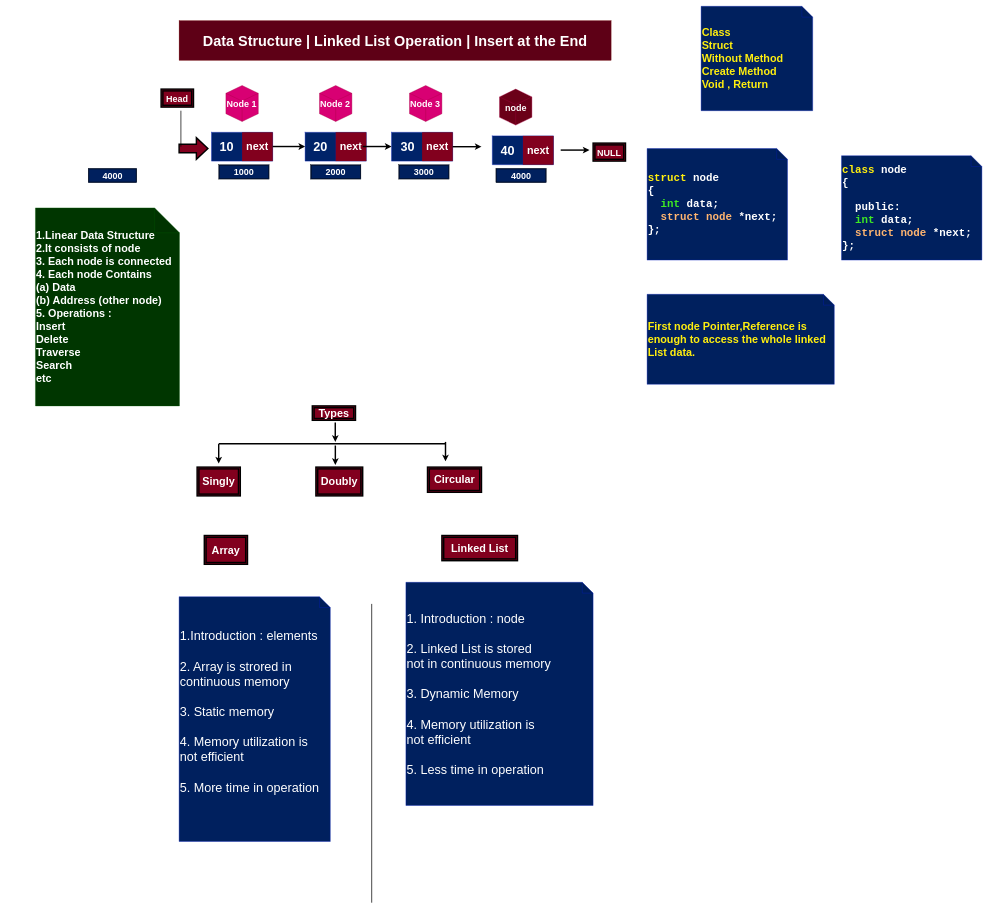
Above: Data Structure/Notes/27. Linked List Insert at the end.drawio in sanjeetCoder/notes (draw.io), before the change. Source tidied: cells renumbered, new cells numbered last; positions are measured from the earlier drawing's top-left corner, leaving out a move shared by most shapes. Both pictures are drawn from the tidied source at 36%, with x=0, y=0 at pixel (35, 6).
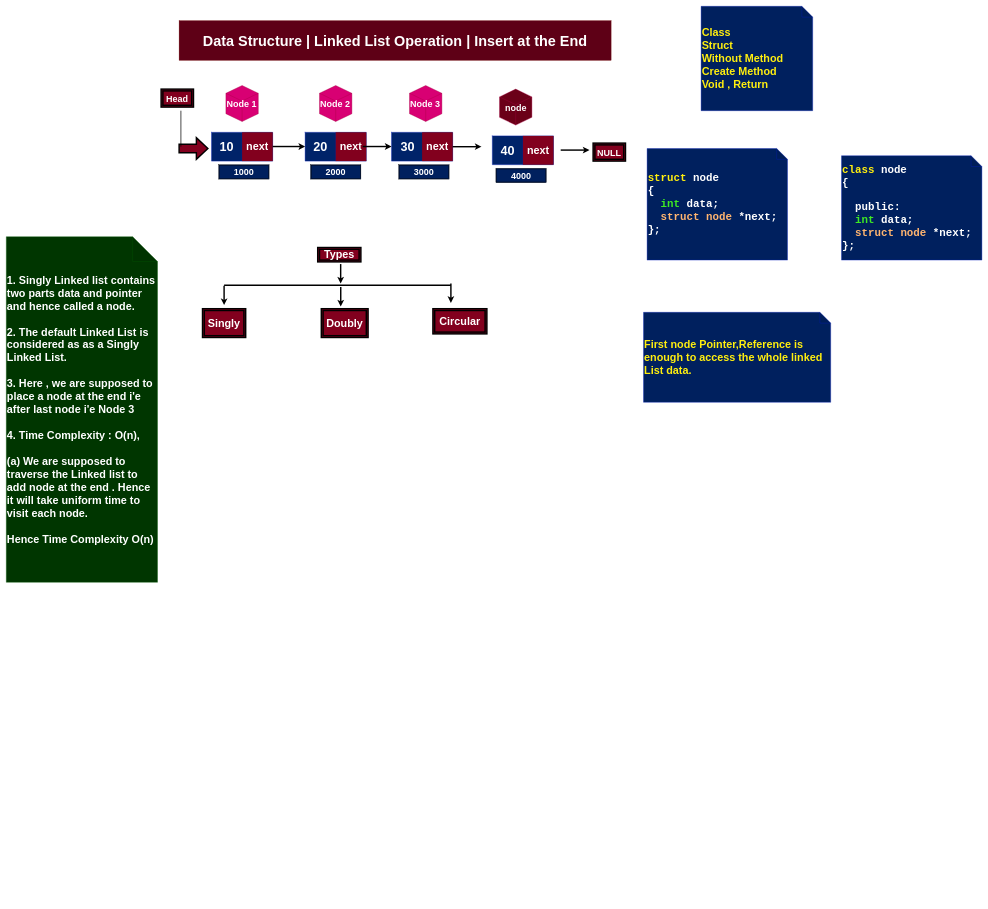
After the change.

Commit message (it also covers changes not shown here):
Adding time complexity in linked list

What changed in the source:
```diff
@@
-    <mxCell id="3" value="&lt;font style=&quot;font-size: 30px&quot;&gt;&lt;b&gt;1.Linear Data Structure&amp;nbsp;&lt;br&gt;2.It consists of node&lt;br&gt;3. Each node is connected&lt;br&gt;4. Each node Contains&lt;br&gt;(a) Data&amp;nbsp;&lt;br&gt;(b) Address (other node)&lt;br&gt;5. Operations :&lt;br&gt;Insert&lt;br&gt;Delete&lt;br&gt;Traverse&lt;br&gt;Search&lt;br&gt;etc&lt;br&gt;&lt;/b&gt;&lt;/font&gt;" style="shape=note;whiteSpace=wrap;html=1;backgroundOutline=1;darkOpacity=0.05;fillColor=#003600;size=69;strokeColor=#005700;fontColor=#ffffff;align=left;" parent="1" vertex="1">
-      <mxGeometry y="560" width="400" height="550" as="geometry" />
-    </mxCell>
@@
     <mxCell id="23" value="&lt;font style=&quot;font-size: 30px&quot; color=&quot;#ffffff&quot;&gt;&lt;b&gt;Singly&lt;/b&gt;&lt;/font&gt;" style="shape=ext;double=1;rounded=0;whiteSpace=wrap;html=1;strokeWidth=4;fillColor=#82001E;" parent="1" vertex="1">
-      <mxGeometry x="449" y="1280" width="120" height="80" as="geometry" />
+      <mxGeometry x="464" y="840" width="120" height="80" as="geometry" />
     </mxCell>
     <mxCell id="24" value="&lt;font style=&quot;font-size: 30px&quot; color=&quot;#ffffff&quot;&gt;&lt;b&gt;Doubly&lt;/b&gt;&lt;/font&gt;" style="shape=ext;double=1;rounded=0;whiteSpace=wrap;html=1;strokeWidth=4;fillColor=#82001E;" parent="1" vertex="1">
-      <mxGeometry x="779" y="1280" width="130" height="80" as="geometry" />
+      <mxGeometry x="794" y="840" width="130" height="80" as="geometry" />
     </mxCell>
     <mxCell id="25" value="&lt;font style=&quot;font-size: 30px&quot; color=&quot;#ffffff&quot;&gt;&lt;b&gt;Circular&lt;/b&gt;&lt;/font&gt;" style="shape=ext;double=1;rounded=0;whiteSpace=wrap;html=1;strokeWidth=4;fillColor=#82001E;" parent="1" vertex="1">
-      <mxGeometry x="1089" y="1280" width="150" height="70" as="geometry" />
+      <mxGeometry x="1104" y="840" width="150" height="70" as="geometry" />
     </mxCell>
     <mxCell id="26" value="&lt;font style=&quot;font-size: 30px&quot; color=&quot;#ffffff&quot;&gt;&lt;b&gt;Types&lt;/b&gt;&lt;/font&gt;" style="shape=ext;double=1;rounded=0;whiteSpace=wrap;html=1;strokeWidth=4;fillColor=#82001E;" parent="1" vertex="1">
-      <mxGeometry x="769" y="1110" width="120" height="40" as="geometry" />
+      <mxGeometry x="784" y="670" width="120" height="40" as="geometry" />
     </mxCell>
     <mxCell id="27" style="line;strokeWidth=4;html=1;perimeter=backbonePerimeter;points=[];outlineConnect=0;fillColor=#82001E;" parent="1" vertex="1">
-      <mxGeometry x="509" y="1210" width="630" height="10" as="geometry" />
+      <mxGeometry x="524" y="770" width="630" height="10" as="geometry" />
     </mxCell>
     <mxCell id="28" style="edgeStyle=segmentEdgeStyle;endArrow=classic;html=1;rounded=0;strokeWidth=4;" parent="1" edge="1" source="27">
       <mxGeometry relative="1" as="geometry">
-        <mxPoint x="509" y="1270" as="targetPoint" />
+        <mxPoint x="524" y="830" as="targetPoint" />
       </mxGeometry>
     </mxCell>
     <mxCell id="29" style="edgeStyle=segmentEdgeStyle;endArrow=classic;html=1;rounded=0;strokeWidth=4;" parent="1" edge="1">
       <mxGeometry relative="1" as="geometry">
-        <mxPoint x="1139" y="1210" as="sourcePoint" />
-        <mxPoint x="1139" y="1264" as="targetPoint" />
+        <mxPoint x="1154" y="770" as="sourcePoint" />
+        <mxPoint x="1154" y="824" as="targetPoint" />
       </mxGeometry>
     </mxCell>
     <mxCell id="30" style="edgeStyle=segmentEdgeStyle;endArrow=classic;html=1;rounded=0;strokeWidth=4;" parent="1" edge="1">
       <mxGeometry relative="1" as="geometry">
-        <mxPoint x="833" y="1220" as="sourcePoint" />
-        <mxPoint x="833" y="1274" as="targetPoint" />
+        <mxPoint x="848" y="780" as="sourcePoint" />
+        <mxPoint x="848" y="834" as="targetPoint" />
       </mxGeometry>
     </mxCell>
-    <mxCell id="31" value="&lt;font style=&quot;font-size: 35px&quot;&gt;1.Introduction : elements&lt;br&gt;&lt;br&gt;2. Array is strored in continuous memory&lt;br&gt;&lt;br&gt;3. Static memory&lt;br&gt;&lt;br&gt;4. Memory utilization is&lt;br&gt;not efficient&lt;br&gt;&lt;br&gt;5. More time in operation&lt;br&gt;&lt;br&gt;&lt;/font&gt;" style="shape=note;whiteSpace=wrap;html=1;backgroundOutline=1;darkOpacity=0.05;align=left;fillColor=#00205E;strokeColor=#001DBC;fontColor=#ffffff;" parent="1" vertex="1">
-      <mxGeometry x="399" y="1640" width="420" height="680" as="geometry" />
-    </mxCell>
-    <mxCell id="32" value="&lt;span style=&quot;font-size: 35px&quot;&gt;&lt;br&gt;&lt;br&gt;1. Introduction : node&lt;br&gt;&lt;br&gt;2. Linked List is stored&amp;nbsp;&lt;br&gt;not in continuous memory&lt;br&gt;&lt;br&gt;3. Dynamic Memory&lt;br&gt;&lt;br&gt;&lt;/span&gt;&lt;span style=&quot;font-size: 35px&quot;&gt;4. Memory utilization is&lt;/span&gt;&lt;br style=&quot;font-size: 35px&quot;&gt;&lt;span style=&quot;font-size: 35px&quot;&gt;not efficient&lt;/span&gt;&lt;span style=&quot;font-size: 35px&quot;&gt;&amp;nbsp;&lt;br&gt;&lt;br&gt;&lt;/span&gt;&lt;span style=&quot;font-size: 35px&quot;&gt;5. Less time in operation&lt;/span&gt;&lt;br style=&quot;font-size: 35px&quot;&gt;&lt;span style=&quot;font-size: 35px&quot;&gt;&lt;br&gt;&lt;br&gt;&lt;/span&gt;" style="shape=note;whiteSpace=wrap;html=1;backgroundOutline=1;darkOpacity=0.05;fillColor=#00205E;strokeColor=#001DBC;fontColor=#ffffff;align=left;" parent="1" vertex="1">
-      <mxGeometry x="1029" y="1600" width="520" height="620" as="geometry" />
-    </mxCell>
-    <mxCell id="33" style="line;strokeWidth=2;direction=south;html=1;align=left;" parent="1" vertex="1">
-      <mxGeometry x="929" y="1660" width="10" height="830" as="geometry" />
-    </mxCell>
@@
-    <mxCell id="38" value="&lt;font style=&quot;font-size: 30px&quot; color=&quot;#ffffff&quot;&gt;&lt;b&gt;Array&lt;/b&gt;&lt;/font&gt;" style="shape=ext;double=1;rounded=0;whiteSpace=wrap;html=1;strokeWidth=4;fillColor=#82001E;" parent="1" vertex="1">
-      <mxGeometry x="469" y="1470" width="120" height="80" as="geometry" />
-    </mxCell>
-    <mxCell id="39" value="&lt;font style=&quot;font-size: 30px&quot; color=&quot;#ffffff&quot;&gt;&lt;b&gt;Linked List&lt;/b&gt;&lt;/font&gt;" style="shape=ext;double=1;rounded=0;whiteSpace=wrap;html=1;strokeWidth=4;fillColor=#82001E;" parent="1" vertex="1">
-      <mxGeometry x="1129" y="1470" width="210" height="70" as="geometry" />
-    </mxCell>
@@
     <mxCell id="43" style="edgeStyle=segmentEdgeStyle;endArrow=classic;html=1;rounded=0;strokeWidth=4;" parent="1" edge="1">
       <mxGeometry relative="1" as="geometry">
-        <mxPoint x="832.8" y="1156" as="sourcePoint" />
-        <mxPoint x="832.8" y="1210" as="targetPoint" />
+        <mxPoint x="847.8" y="716" as="sourcePoint" />
+        <mxPoint x="847.8" y="770" as="targetPoint" />
       </mxGeometry>
     </mxCell>
@@
     <mxCell id="45" value="&lt;font color=&quot;#ffef0f&quot;&gt;First node Pointer,Reference is enough to access the whole linked List data.&lt;/font&gt;" style="shape=note;whiteSpace=wrap;html=1;backgroundOutline=1;darkOpacity=0.05;fillColor=#00205E;strokeColor=#001DBC;fontColor=#ffffff;align=left;fontSize=30;fontStyle=1;" parent="1" vertex="1">
-      <mxGeometry x="1699" y="800" width="520" height="250" as="geometry" />
+      <mxGeometry x="1689" y="850" width="520" height="250" as="geometry" />
     </mxCell>
@@
-    <mxCell id="50" value="&lt;font color=&quot;#ffffff&quot; size=&quot;1&quot;&gt;&lt;b style=&quot;font-size: 25px&quot;&gt;4000&lt;/b&gt;&lt;/font&gt;" style="shape=ext;double=1;rounded=0;whiteSpace=wrap;html=1;fillColor=#00205E;align=center;" parent="1" vertex="1">
-      <mxGeometry x="146.5" y="450" width="135" height="40" as="geometry" />
-    </mxCell>
@@
+    <mxCell id="57" value="&lt;font style=&quot;font-size: 30px&quot;&gt;&lt;b&gt;1. Singly Linked list contains two parts data and pointer and hence called a node.&lt;br&gt;&lt;br&gt;2. The default Linked List is considered as as a Singly Linked List.&lt;br&gt;&lt;br&gt;3. Here , we are supposed to place a node at the end i'e after last node i'e Node 3&lt;br&gt;&lt;br&gt;4. Time Complexity : O(n), &lt;br&gt;&lt;br&gt;(a)&amp;nbsp;&lt;/b&gt;&lt;b&gt;We are supposed to traverse the Linked list to add node at the end . Hence it will take uniform time to visit each node.&lt;/b&gt;&lt;b&gt;&lt;br&gt;&lt;br&gt;Hence Time Complexity O(n)&lt;br&gt;&lt;/b&gt;&lt;/font&gt;" style="shape=note;whiteSpace=wrap;html=1;backgroundOutline=1;darkOpacity=0.05;fillColor=#003600;size=69;strokeColor=#005700;fontColor=#ffffff;align=left;" parent="1" vertex="1">
+      <mxGeometry x="-81" y="640" width="420" height="960" as="geometry" />
+    </mxCell>
```
